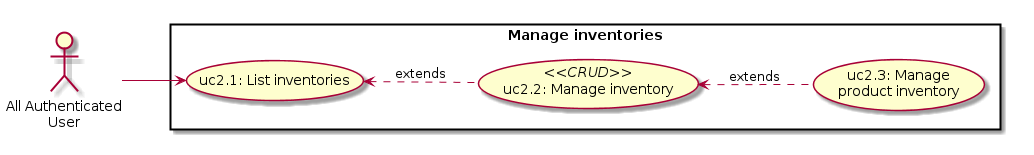
Earlier version of the PlantUML export docs/images/generated/uc2_inventory.png (aert/aert-farmerp).
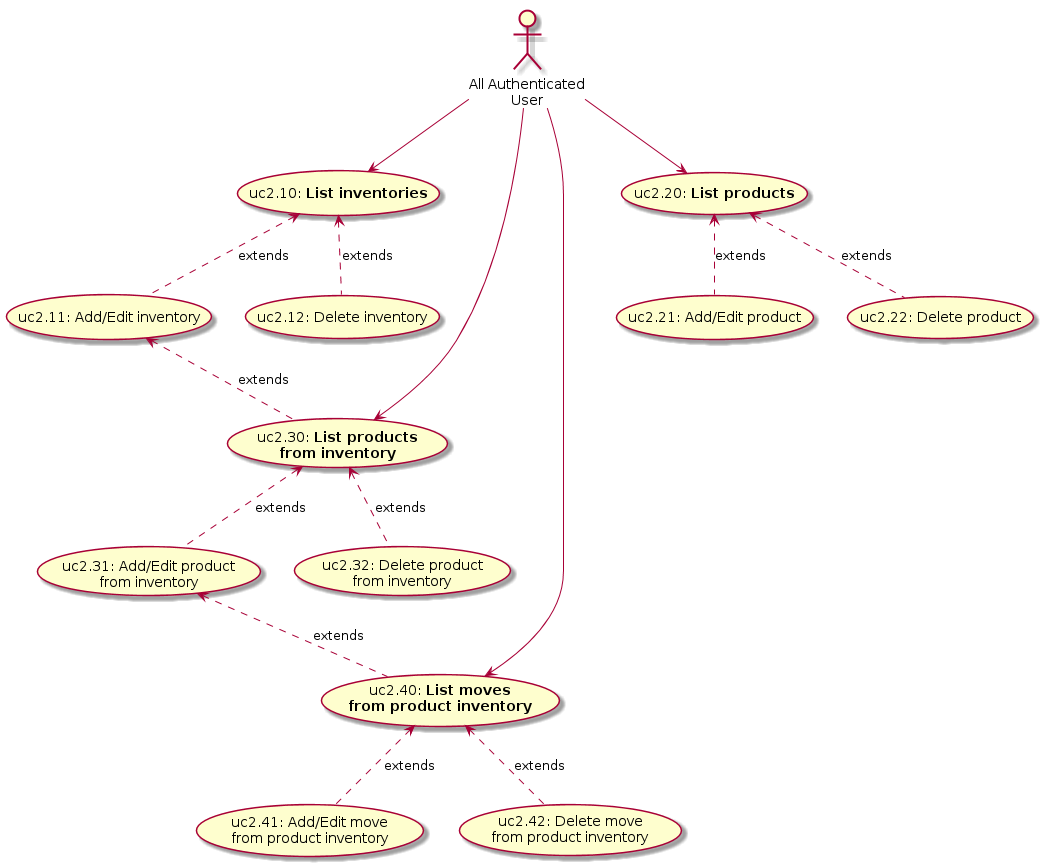
Above is the later version.

Commit message:
Refactoring Inventory UC

Change to the diagram source:
```diff
@@ -1,21 +1,41 @@
 @startuml uc2_inventory.png
 
 
-   left to right direction
    actor "All Authenticated\nUser" as User
 
 
-   rectangle "Manage inventories" {
-      (uc2.1: List inventories)  as (uc2.1)
-      (uc2.2: Manage inventory)  as (uc2.2) <<CRUD>>
-      (uc2.3: Manage\nproduct inventory) as (uc2.3)
+   (uc2.10: <b>List inventories</b>)   as (uc2.10)
+   (uc2.11: Add/Edit inventory) as (uc2.11)
+   (uc2.12: Delete inventory)   as (uc2.12)
+   (uc2.10) <.. (uc2.11) : extends
+   (uc2.10) <.. (uc2.12) : extends
 
-      (uc2.1) <.. (uc2.2) : extends
-      (uc2.2) <.. (uc2.3) : extends
+   (uc2.30: <b>List products</b>\n<b>from inventory</b>)    as (uc2.30)
+   (uc2.31: Add/Edit product\nfrom inventory) as (uc2.31)
+   (uc2.32: Delete product\nfrom inventory)   as (uc2.32)
+   (uc2.30) <.. (uc2.31) : extends
+   (uc2.30) <.. (uc2.32) : extends
 
-      User --> (uc2.1)
+   (uc2.40: <b>List moves</b>\n<b>from product inventory</b>)     as (uc2.40)
+   (uc2.41: Add/Edit move\nfrom product inventory)  as (uc2.41)
+   (uc2.42: Delete move\nfrom product inventory) as (uc2.42)
+   (uc2.40) <.. (uc2.41) : extends
+   (uc2.40) <.. (uc2.42) : extends
 
-   }
+   (uc2.20: <b>List products</b>)  as (uc2.20)
+   (uc2.21: Add/Edit product) as (uc2.21)
+   (uc2.22: Delete product)   as (uc2.22)
+   (uc2.20) <.. (uc2.21) : extends
+   (uc2.20) <.. (uc2.22) : extends
+
+
+   User --> (uc2.10)
+   User --> (uc2.30)
+   User --> (uc2.40)
+   User --> (uc2.20)
+
+   (uc2.11) <.. (uc2.30) : extends
+   (uc2.31) <.. (uc2.40) : extends
 
 
 @enduml
```
